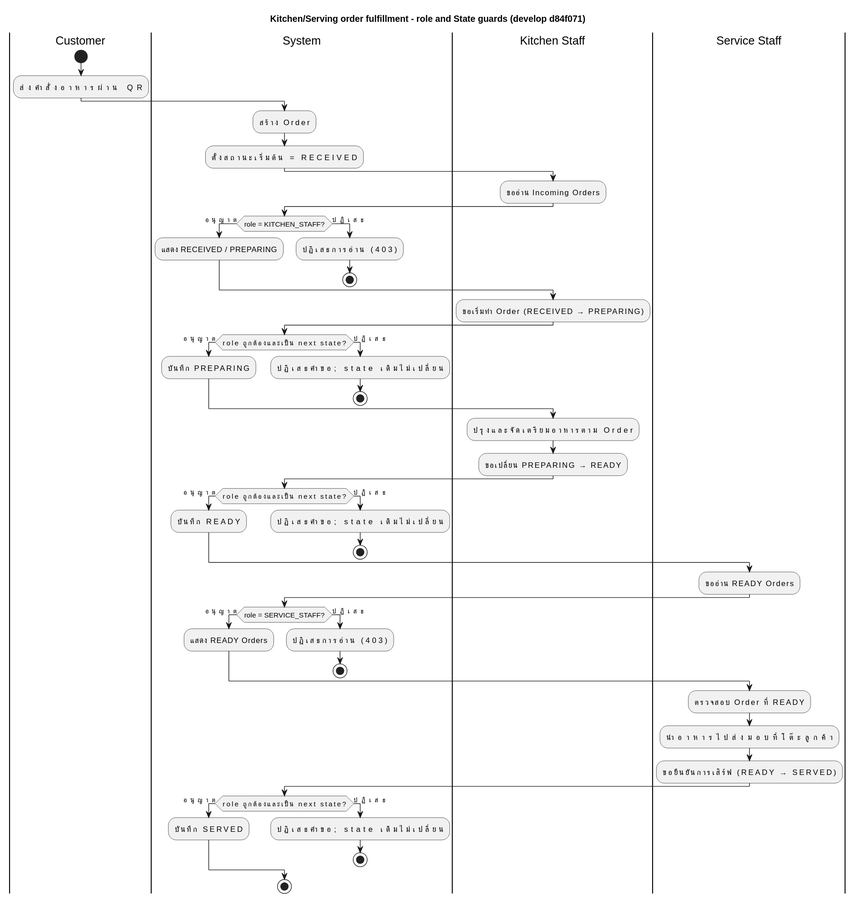
PavaritPramual/buffet-restaurant-management-system keeps this PlantUML diagram as doc/diagrams/previews/activity-kitchen.svg. Above is the earlier version.
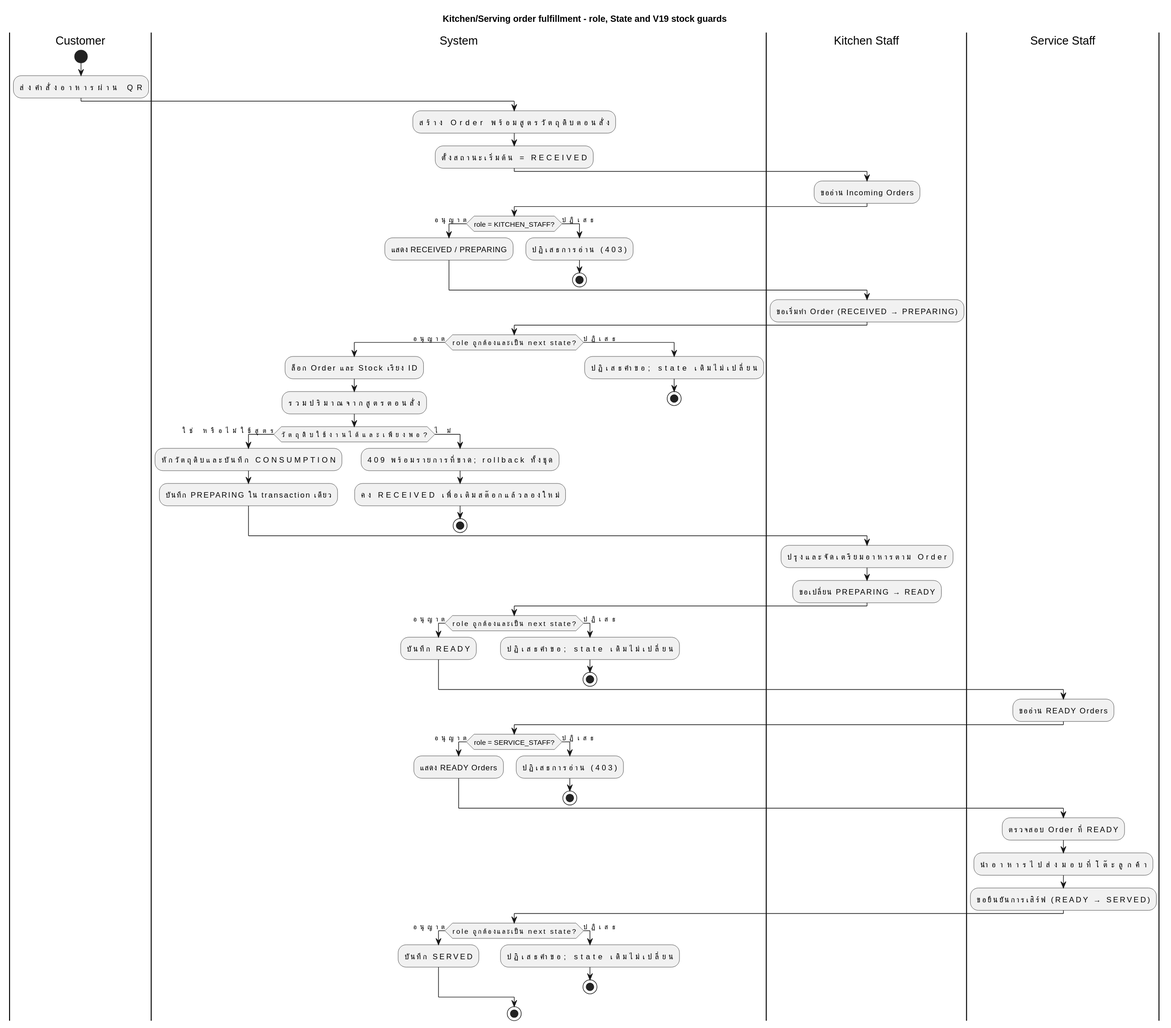
Later version of the same file.

What changed in the source:
```diff
@@ -1,12 +1,12 @@
 @startuml
-title Kitchen/Serving order fulfillment - role and State guards (develop d84f071)
+title Kitchen/Serving order fulfillment - role, State and V19 stock guards
 
 |Customer|
 start
 :ส่งคำสั่งอาหารผ่าน QR;
 
 |System|
-:สร้าง Order;
+:สร้าง Order พร้อมสูตรวัตถุดิบตอนสั่ง;
 :ตั้งสถานะเริ่มต้น = RECEIVED;
 
 |Kitchen Staff|
@@ -25,7 +25,16 @@
 
 |System|
 if (role ถูกต้องและเป็น next state?) then (อนุญาต)
-    :บันทึก PREPARING;
+    :ล็อก Order และ Stock เรียง ID;
+    :รวมปริมาณจากสูตรตอนสั่ง;
+    if (วัตถุดิบใช้งานได้และเพียงพอ?) then (ใช่ หรือไม่ใช้สูตร)
+        :หักวัตถุดิบและบันทึก CONSUMPTION;
+        :บันทึก PREPARING ใน transaction เดียว;
+    else (ไม่)
+        :409 พร้อมรายการที่ขาด; rollback ทั้งชุด;
+        :คง RECEIVED เพื่อเติมสต๊อกแล้วลองใหม่;
+        stop
+    endif
 else (ปฏิเสธ)
     :ปฏิเสธคำขอ; state เดิมไม่เปลี่ยน;
     stop
```
